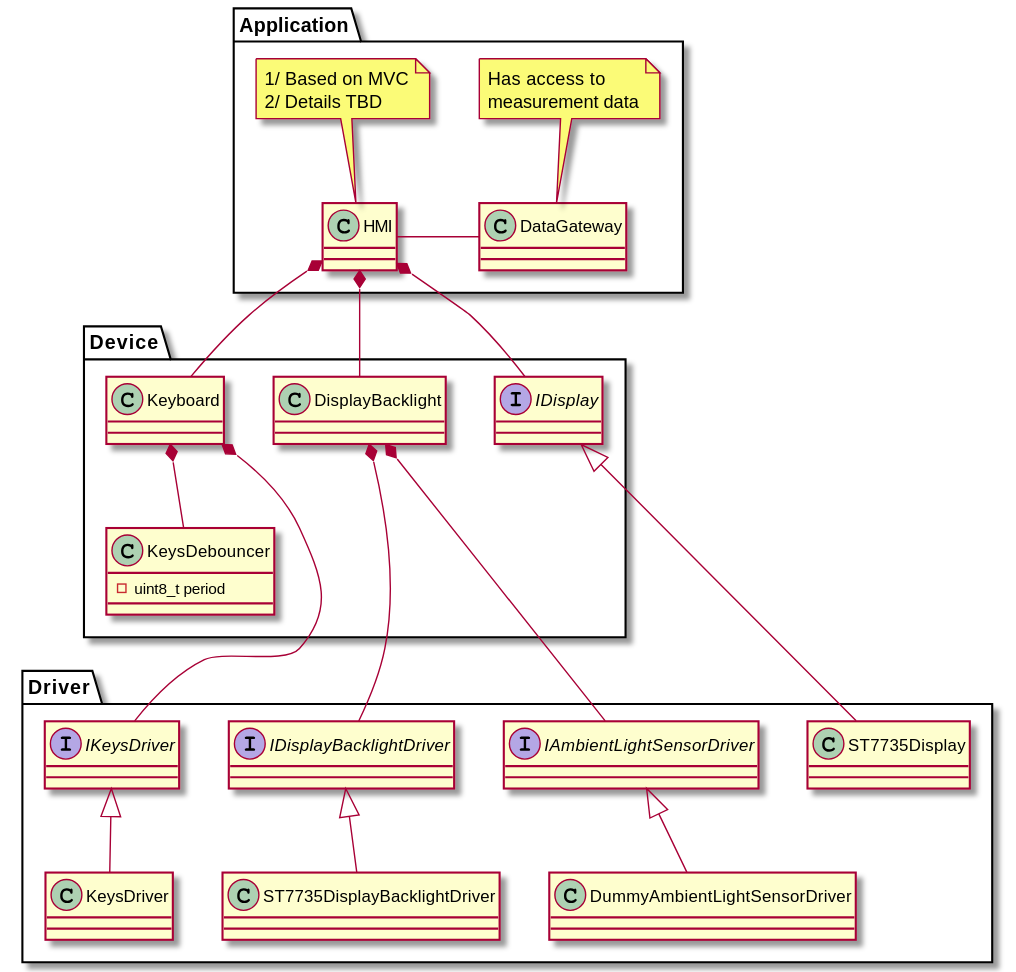
RobertGawron/HardwareDataLogger keeps this PlantUML diagram as Documentation/Diagrams/Export/Documentation/Diagrams/Source/NUCLEO-F103RB/HMI_Class_Diagram.svg. Above is the earlier version.
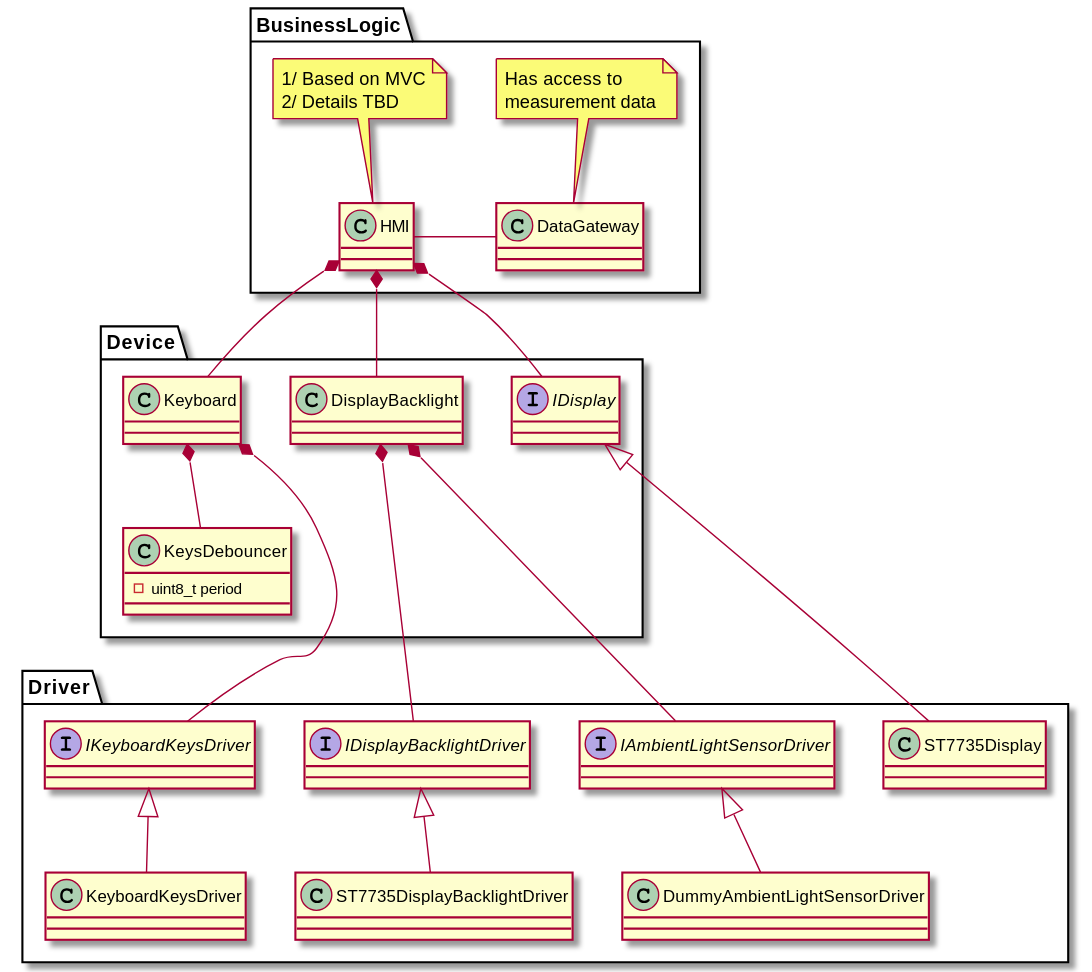
After the commit.

The edit, as a diff of the source:
```diff
@@ -1,6 +1,6 @@
 @startuml
 
-package Application {
+package BusinessLogic {
     note top of HMI
     1/ Based on MVC
     2/ Details TBD
@@ -38,9 +38,9 @@
     class ST7735Display
     IDisplay <|-- ST7735Display
 
-    interface IKeysDriver
-    IKeysDriver <|-- KeysDriver
-    class KeysDriver
+    interface IKeyboardKeysDriver
+    IKeyboardKeysDriver <|-- KeyboardKeysDriver
+    class KeyboardKeysDriver
 }
 
 
@@ -51,7 +51,7 @@
 DisplayBacklight *-- IAmbientLightSensorDriver
 DisplayBacklight *-- IDisplayBacklightDriver
 
-Keyboard *--- IKeysDriver
+Keyboard *--- IKeyboardKeysDriver
 Keyboard *-- KeysDebouncer
 
 HMI *-- IDisplay
```
